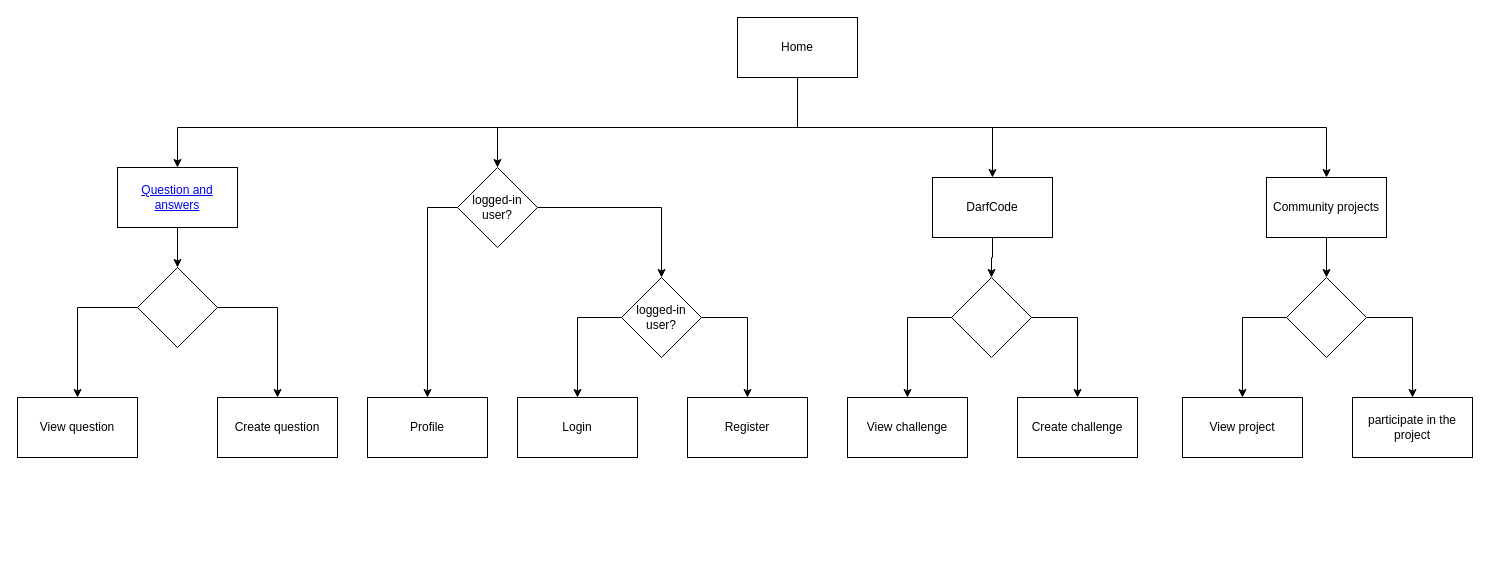
Earlier version of the draw.io diagram page "Navegação" (1 of 2) of Diagrama sem nome.drawio (Mined-Development-Company/Community). Source tidied: cells renumbered, new cells numbered last; positions are measured from the earlier drawing's top-left corner, leaving out a move shared by most shapes. Both pictures are drawn from the tidied source at 100%, with x=0, y=0 at pixel (17, 17).
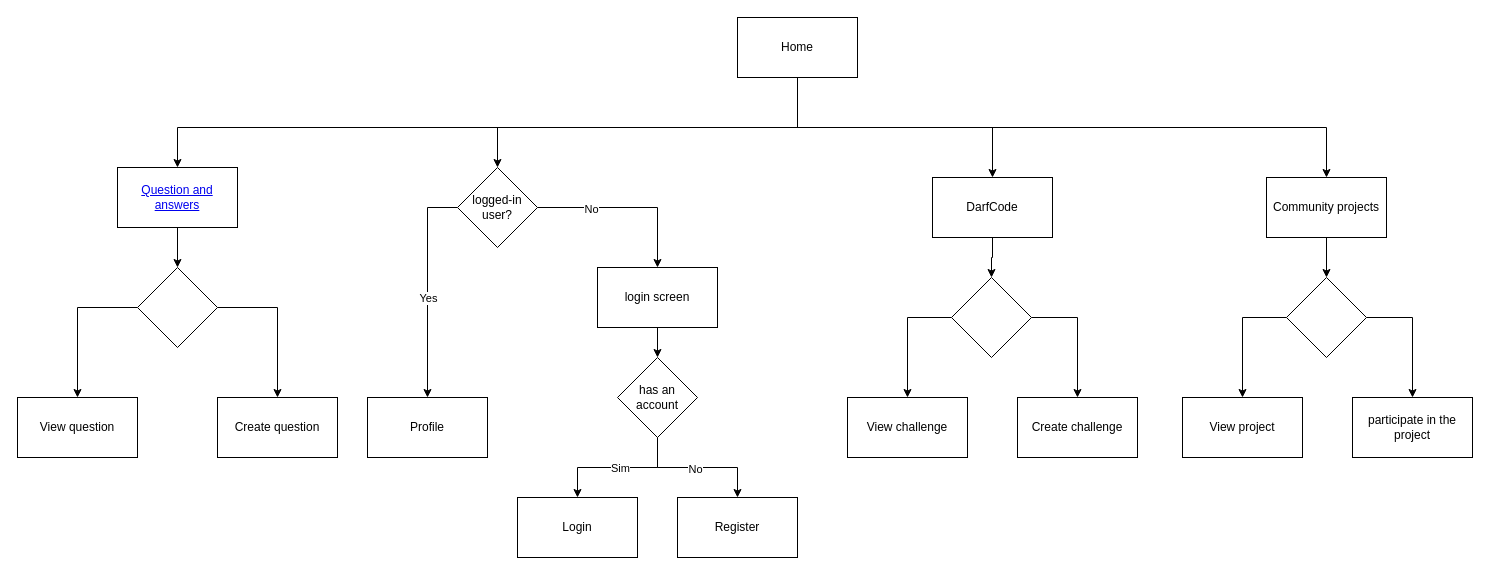
After the change.

Commit message:
atualização de fluxograma de navegação

Unchanged cells that the change refers to:
```xml
<mxCell id="29" style="edgeStyle=orthogonalEdgeStyle;rounded=0;jettySize=auto;html=1;" parent="1" edge="1" source="31" target="14">
  <mxGeometry relative="1" as="geometry">
    <Array as="points">
      <mxPoint x="410" y="190" />
    </Array>
  </mxGeometry>
</mxCell>
<mxCell id="31" value="logged-in user?" style="rhombus;whiteSpace=wrap;html=1;" parent="1" vertex="1">
  <mxGeometry x="440" y="150" width="80" height="80" as="geometry" />
</mxCell>
```

The edit, as a diff of the source:
```diff
@@
-    <mxCell id="30" style="edgeStyle=orthogonalEdgeStyle;rounded=0;jettySize=auto;html=1;" parent="1" edge="1" source="31" target="35">
-      <mxGeometry relative="1" as="geometry" />
-    </mxCell>
+    <mxCell id="37" value="Yes" style="edgeLabel;html=1;align=center;verticalAlign=middle;" parent="29" vertex="1">
+      <mxGeometry x="-0.46" y="2" relative="1" as="geometry">
+        <mxPoint x="-2" y="61" as="offset" />
+      </mxGeometry>
+    </mxCell>
+    <mxCell id="38" style="edgeStyle=orthogonalEdgeStyle;rounded=0;jettySize=auto;html=1;entryX=0.5;entryY=0;entryDx=0;entryDy=0;" parent="1" edge="1" source="31" target="32">
+      <mxGeometry relative="1" as="geometry" />
+    </mxCell>
+    <mxCell id="39" value="No" style="edgeLabel;html=1;align=center;verticalAlign=middle;" parent="38" vertex="1">
+      <mxGeometry x="-0.41" y="-1" relative="1" as="geometry" />
+    </mxCell>
@@
+    <mxCell id="40" style="edgeStyle=orthogonalEdgeStyle;rounded=0;jettySize=auto;html=1;entryX=0.5;entryY=0;entryDx=0;entryDy=0;" parent="1" edge="1" source="32" target="45">
+      <mxGeometry relative="1" as="geometry" />
+    </mxCell>
-    <mxCell id="32" value="Login" style="rounded=0;whiteSpace=wrap;html=1;" parent="1" vertex="1">
-      <mxGeometry x="500" y="380" width="120" height="60" as="geometry" />
+    <mxCell id="32" value="login screen" style="rounded=0;whiteSpace=wrap;html=1;" parent="1" vertex="1">
+      <mxGeometry x="580" y="250" width="120" height="60" as="geometry" />
     </mxCell>
-    <mxCell id="33" style="edgeStyle=orthogonalEdgeStyle;rounded=0;jettySize=auto;html=1;entryX=0.5;entryY=0;entryDx=0;entryDy=0;" parent="1" edge="1" source="35" target="32">
-      <mxGeometry relative="1" as="geometry">
-        <Array as="points">
-          <mxPoint x="560" y="300" />
-        </Array>
-      </mxGeometry>
-    </mxCell>
-    <mxCell id="34" style="edgeStyle=orthogonalEdgeStyle;rounded=0;jettySize=auto;html=1;entryX=0.5;entryY=0;entryDx=0;entryDy=0;" parent="1" edge="1" source="35" target="36">
-      <mxGeometry relative="1" as="geometry">
-        <Array as="points">
-          <mxPoint x="730" y="300" />
-        </Array>
-      </mxGeometry>
-    </mxCell>
-    <mxCell id="35" value="logged-in user?" style="rhombus;whiteSpace=wrap;html=1;" parent="1" vertex="1">
-      <mxGeometry x="604" y="260" width="80" height="80" as="geometry" />
-    </mxCell>
     <mxCell id="36" value="Register" style="rounded=0;whiteSpace=wrap;html=1;" parent="1" vertex="1">
-      <mxGeometry x="670" y="380" width="120" height="60" as="geometry" />
+      <mxGeometry x="660" y="480" width="120" height="60" as="geometry" />
     </mxCell>
+    <mxCell id="41" style="edgeStyle=orthogonalEdgeStyle;rounded=0;jettySize=auto;html=1;entryX=0.5;entryY=0;entryDx=0;entryDy=0;" parent="1" edge="1" source="45" target="46">
+      <mxGeometry relative="1" as="geometry" />
+    </mxCell>
+    <mxCell id="42" value="Sim" style="edgeLabel;html=1;align=center;verticalAlign=middle;" parent="41" vertex="1">
+      <mxGeometry x="-0.03" relative="1" as="geometry" />
+    </mxCell>
+    <mxCell id="43" style="edgeStyle=orthogonalEdgeStyle;rounded=0;jettySize=auto;html=1;entryX=0.5;entryY=0;entryDx=0;entryDy=0;" parent="1" edge="1" source="45" target="36">
+      <mxGeometry relative="1" as="geometry" />
+    </mxCell>
+    <mxCell id="44" value="No" style="edgeLabel;html=1;align=center;verticalAlign=middle;" parent="43" vertex="1">
+      <mxGeometry x="-0.04" y="-1" relative="1" as="geometry" />
+    </mxCell>
+    <mxCell id="45" value="has an account" style="rhombus;whiteSpace=wrap;html=1;" parent="1" vertex="1">
+      <mxGeometry x="600" y="340" width="80" height="80" as="geometry" />
+    </mxCell>
+    <mxCell id="46" value="Login" style="rounded=0;whiteSpace=wrap;html=1;" parent="1" vertex="1">
+      <mxGeometry x="500" y="480" width="120" height="60" as="geometry" />
+    </mxCell>
```
